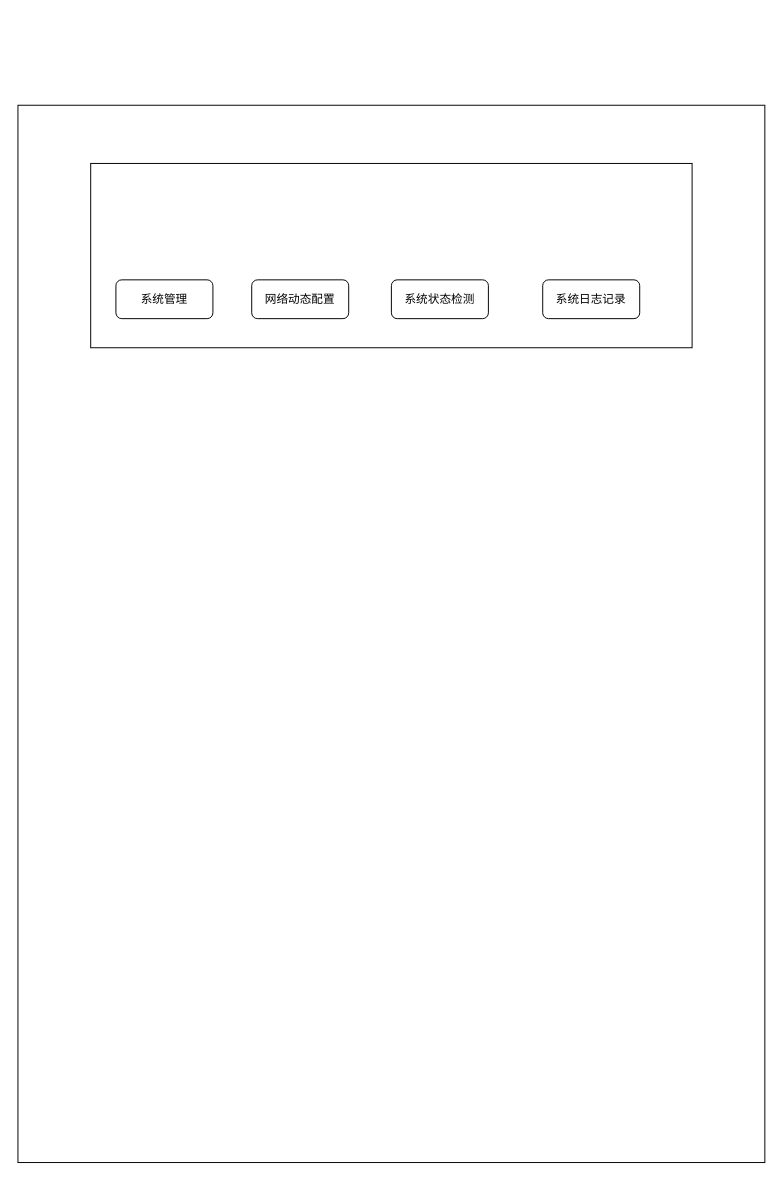
Before: 未命名绘图.drawio in qiuqiu1234/my-test-pro, a draw.io diagram. Source tidied: cells renumbered, new cells numbered last; positions are measured from the earlier drawing's top-left corner, leaving out a move shared by most shapes. Both pictures are drawn from the tidied source at 97%, with x=0, y=0 at pixel (17, 105).
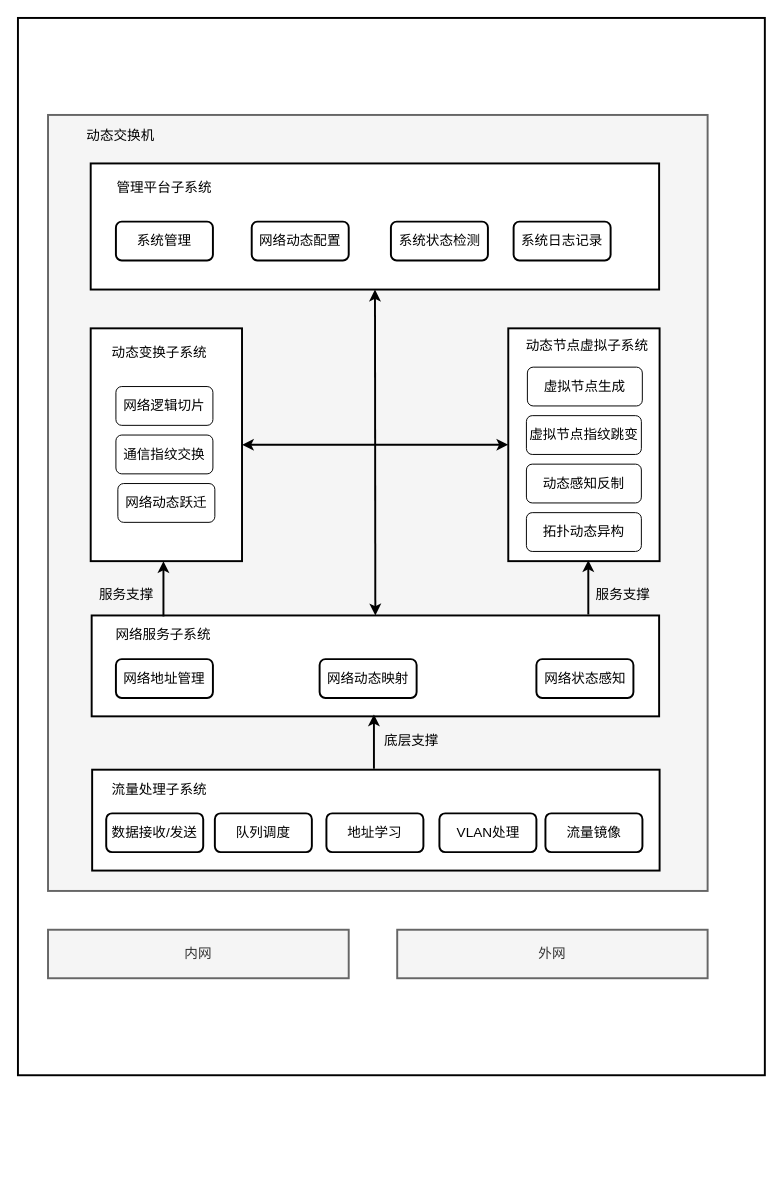
After the change.

Commit message (it also covers changes not shown here):
更新未命名绘图.drawio

Diff of the diagram source:
```diff
@@
-    <mxCell id="2" style="rounded=0;whiteSpace=wrap;html=1;" parent="1" vertex="1">
-      <mxGeometry width="770" height="1090" as="geometry" />
+    <mxCell id="2" style="rounded=0;whiteSpace=wrap;html=1;strokeWidth=2;" parent="1" vertex="1">
+      <mxGeometry y="-90" width="770" height="1090" as="geometry" />
     </mxCell>
+    <mxCell id="8" style="rounded=0;whiteSpace=wrap;html=1;strokeWidth=2;fontSize=12;fillColor=#f5f5f5;fontColor=#333333;strokeColor=#666666;" parent="1" vertex="1">
+      <mxGeometry x="31" y="10" width="680" height="800" as="geometry" />
+    </mxCell>
-    <mxCell id="3" style="rounded=0;whiteSpace=wrap;html=1;" parent="1" vertex="1">
-      <mxGeometry x="75" y="60" width="620" height="190" as="geometry" />
+    <mxCell id="3" style="rounded=0;whiteSpace=wrap;html=1;fontSize=12;strokeWidth=2;" parent="1" vertex="1">
+      <mxGeometry x="75" y="60" width="586" height="130" as="geometry" />
     </mxCell>
-    <mxCell id="4" value="系统管理" style="rounded=1;whiteSpace=wrap;html=1;" parent="1" vertex="1">
-      <mxGeometry x="101" y="180" width="100" height="40" as="geometry" />
+    <mxCell id="4" value="&lt;font style=&quot;font-size: 14px;&quot;&gt;系统管理&lt;/font&gt;" style="rounded=1;whiteSpace=wrap;html=1;strokeWidth=2;" parent="1" vertex="1">
+      <mxGeometry x="101" y="120" width="100" height="40" as="geometry" />
     </mxCell>
-    <mxCell id="5" value="网络动态配置" style="rounded=1;whiteSpace=wrap;html=1;" parent="1" vertex="1">
-      <mxGeometry x="241" y="180" width="100" height="40" as="geometry" />
+    <mxCell id="5" value="&lt;font style=&quot;font-size: 14px;&quot;&gt;网络动态配置&lt;/font&gt;" style="rounded=1;whiteSpace=wrap;html=1;strokeWidth=2;" parent="1" vertex="1">
+      <mxGeometry x="241" y="120" width="100" height="40" as="geometry" />
     </mxCell>
-    <mxCell id="6" value="系统状态检测" style="rounded=1;whiteSpace=wrap;html=1;" parent="1" vertex="1">
-      <mxGeometry x="385" y="180" width="100" height="40" as="geometry" />
+    <mxCell id="6" value="&lt;font style=&quot;font-size: 14px;&quot;&gt;系统状态检测&lt;/font&gt;" style="rounded=1;whiteSpace=wrap;html=1;strokeWidth=2;" parent="1" vertex="1">
+      <mxGeometry x="384.5" y="120" width="100" height="40" as="geometry" />
     </mxCell>
-    <mxCell id="7" value="系统日志记录" style="rounded=1;whiteSpace=wrap;html=1;" parent="1" vertex="1">
-      <mxGeometry x="541" y="180" width="100" height="40" as="geometry" />
+    <mxCell id="7" value="&lt;font style=&quot;font-size: 14px;&quot;&gt;系统日志记录&lt;/font&gt;" style="rounded=1;whiteSpace=wrap;html=1;strokeWidth=2;" parent="1" vertex="1">
+      <mxGeometry x="511" y="120" width="100" height="40" as="geometry" />
     </mxCell>
+    <mxCell id="9" value="管理平台子系统" style="text;html=1;strokeColor=none;fillColor=none;align=center;verticalAlign=middle;whiteSpace=wrap;rounded=0;fontSize=14;" parent="1" vertex="1">
+      <mxGeometry x="76" y="70" width="150" height="30" as="geometry" />
+    </mxCell>
+    <mxCell id="10" style="rounded=0;whiteSpace=wrap;html=1;fontSize=14;strokeWidth=2;" parent="1" vertex="1">
+      <mxGeometry x="75" y="230" width="156" height="240" as="geometry" />
+    </mxCell>
+    <mxCell id="11" value="动态变换子系统" style="text;html=1;strokeColor=none;fillColor=none;align=center;verticalAlign=middle;whiteSpace=wrap;rounded=0;fontSize=14;" parent="1" vertex="1">
+      <mxGeometry x="71" y="240" width="150" height="30" as="geometry" />
+    </mxCell>
+    <mxCell id="12" value="&lt;font style=&quot;font-size: 14px;&quot;&gt;网络逻辑切片&lt;/font&gt;" style="rounded=1;whiteSpace=wrap;html=1;" parent="1" vertex="1">
+      <mxGeometry x="101" y="290" width="100" height="40" as="geometry" />
+    </mxCell>
+    <mxCell id="13" value="&lt;font style=&quot;font-size: 14px;&quot;&gt;通信指纹交换&lt;/font&gt;" style="rounded=1;whiteSpace=wrap;html=1;" parent="1" vertex="1">
+      <mxGeometry x="101" y="340" width="100" height="40" as="geometry" />
+    </mxCell>
+    <mxCell id="14" value="&lt;font style=&quot;font-size: 14px;&quot;&gt;网络动态跃迁&lt;/font&gt;" style="rounded=1;whiteSpace=wrap;html=1;" parent="1" vertex="1">
+      <mxGeometry x="103" y="390" width="100" height="40" as="geometry" />
+    </mxCell>
+    <mxCell id="15" style="rounded=0;whiteSpace=wrap;html=1;fontSize=14;strokeWidth=2;" parent="1" vertex="1">
+      <mxGeometry x="505.5" y="230" width="156" height="240" as="geometry" />
+    </mxCell>
+    <mxCell id="16" value="&lt;font style=&quot;font-size: 14px;&quot;&gt;拓扑动态异构&lt;/font&gt;" style="rounded=1;whiteSpace=wrap;html=1;" parent="1" vertex="1">
+      <mxGeometry x="524.2" y="420" width="118.5" height="40" as="geometry" />
+    </mxCell>
+    <mxCell id="17" value="&lt;font style=&quot;font-size: 14px;&quot;&gt;动态感知反制&lt;/font&gt;" style="rounded=1;whiteSpace=wrap;html=1;" parent="1" vertex="1">
+      <mxGeometry x="524.2" y="370" width="118.5" height="40" as="geometry" />
+    </mxCell>
+    <mxCell id="18" value="&lt;font style=&quot;font-size: 14px;&quot;&gt;虚拟节点指纹跳变&lt;/font&gt;" style="rounded=1;whiteSpace=wrap;html=1;" parent="1" vertex="1">
+      <mxGeometry x="524.2" y="320" width="118.5" height="40" as="geometry" />
+    </mxCell>
+    <mxCell id="19" value="动态节点虚拟子系统" style="text;html=1;strokeColor=none;fillColor=none;align=center;verticalAlign=middle;whiteSpace=wrap;rounded=0;fontSize=14;" parent="1" vertex="1">
+      <mxGeometry x="511.5" y="233" width="150" height="30" as="geometry" />
+    </mxCell>
+    <mxCell id="20" value="&lt;font style=&quot;font-size: 14px;&quot;&gt;虚拟节点生成&lt;/font&gt;" style="rounded=1;whiteSpace=wrap;html=1;" parent="1" vertex="1">
+      <mxGeometry x="525.2" y="270" width="118.5" height="40" as="geometry" />
+    </mxCell>
+    <mxCell id="21" style="endArrow=classic;startArrow=classic;html=1;rounded=0;fontSize=14;strokeWidth=2;" parent="1" edge="1" source="22" target="3">
+      <mxGeometry relative="1" as="geometry" />
+    </mxCell>
+    <mxCell id="22" style="rounded=0;whiteSpace=wrap;html=1;fontSize=12;strokeWidth=2;" parent="1" vertex="1">
+      <mxGeometry x="76" y="526" width="585" height="104" as="geometry" />
+    </mxCell>
+    <mxCell id="23" value="&lt;font style=&quot;font-size: 14px;&quot;&gt;网络地址管理&lt;/font&gt;" style="rounded=1;whiteSpace=wrap;html=1;strokeWidth=2;" parent="1" vertex="1">
+      <mxGeometry x="101" y="571" width="100" height="40" as="geometry" />
+    </mxCell>
+    <mxCell id="24" value="&lt;font style=&quot;font-size: 14px;&quot;&gt;网络动态映射&lt;/font&gt;" style="rounded=1;whiteSpace=wrap;html=1;strokeWidth=2;" parent="1" vertex="1">
+      <mxGeometry x="311" y="571" width="100" height="40" as="geometry" />
+    </mxCell>
+    <mxCell id="25" value="&lt;span style=&quot;font-size: 14px;&quot;&gt;网络状态感知&lt;/span&gt;" style="rounded=1;whiteSpace=wrap;html=1;strokeWidth=2;" parent="1" vertex="1">
+      <mxGeometry x="534.5" y="571" width="100" height="40" as="geometry" />
+    </mxCell>
+    <mxCell id="26" style="edgeStyle=orthogonalEdgeStyle;rounded=0;jettySize=auto;html=1;fontSize=12;strokeWidth=2;" parent="1" edge="1" source="27">
+      <mxGeometry relative="1" as="geometry">
+        <mxPoint x="150" y="470" as="targetPoint" />
+      </mxGeometry>
+    </mxCell>
+    <mxCell id="27" value="网络服务子系统" style="text;html=1;strokeColor=none;fillColor=none;align=center;verticalAlign=middle;whiteSpace=wrap;rounded=0;fontSize=14;" parent="1" vertex="1">
+      <mxGeometry x="75" y="527" width="150" height="38" as="geometry" />
+    </mxCell>
+    <mxCell id="28" style="edgeStyle=orthogonalEdgeStyle;rounded=0;orthogonalLoop=1;jettySize=auto;html=1;fontSize=12;strokeWidth=2;" parent="1" edge="1">
+      <mxGeometry relative="1" as="geometry">
+        <mxPoint x="588" y="525" as="sourcePoint" />
+        <mxPoint x="588" y="469" as="targetPoint" />
+        <Array as="points">
+          <mxPoint x="588" y="499" />
+          <mxPoint x="588" y="499" />
+        </Array>
+      </mxGeometry>
+    </mxCell>
+    <mxCell id="29" value="服务支撑" style="text;html=1;strokeColor=none;fillColor=none;align=center;verticalAlign=middle;whiteSpace=wrap;rounded=0;fontSize=14;" parent="1" vertex="1">
+      <mxGeometry x="67" y="490" width="90" height="30" as="geometry" />
+    </mxCell>
+    <mxCell id="30" value="服务支撑" style="text;html=1;strokeColor=none;fillColor=none;align=center;verticalAlign=middle;whiteSpace=wrap;rounded=0;fontSize=14;" parent="1" vertex="1">
+      <mxGeometry x="579" y="490" width="90" height="30" as="geometry" />
+    </mxCell>
+    <mxCell id="31" style="rounded=0;whiteSpace=wrap;html=1;fontSize=12;strokeWidth=2;" parent="1" vertex="1">
+      <mxGeometry x="76.5" y="685" width="585" height="104" as="geometry" />
+    </mxCell>
+    <mxCell id="32" style="edgeStyle=orthogonalEdgeStyle;rounded=0;orthogonalLoop=1;jettySize=auto;html=1;fontSize=12;strokeWidth=2;" parent="1" edge="1">
+      <mxGeometry relative="1" as="geometry">
+        <mxPoint x="367" y="684" as="sourcePoint" />
+        <mxPoint x="367" y="628" as="targetPoint" />
+        <Array as="points">
+          <mxPoint x="367" y="658" />
+          <mxPoint x="367" y="658" />
+        </Array>
+      </mxGeometry>
+    </mxCell>
+    <mxCell id="33" value="底层支撑" style="text;html=1;strokeColor=none;fillColor=none;align=center;verticalAlign=middle;whiteSpace=wrap;rounded=0;fontSize=14;" parent="1" vertex="1">
+      <mxGeometry x="361" y="640" width="90" height="30" as="geometry" />
+    </mxCell>
+    <mxCell id="34" value="流量处理子系统" style="text;html=1;strokeColor=none;fillColor=none;align=center;verticalAlign=middle;whiteSpace=wrap;rounded=0;fontSize=14;" parent="1" vertex="1">
+      <mxGeometry x="71" y="687" width="150" height="38" as="geometry" />
+    </mxCell>
+    <mxCell id="35" value="&lt;font style=&quot;font-size: 14px;&quot;&gt;数据接收/发送&lt;/font&gt;" style="rounded=1;whiteSpace=wrap;html=1;strokeWidth=2;" parent="1" vertex="1">
+      <mxGeometry x="91" y="730" width="100" height="40" as="geometry" />
+    </mxCell>
+    <mxCell id="36" value="&lt;font style=&quot;font-size: 14px;&quot;&gt;队列调度&lt;/font&gt;" style="rounded=1;whiteSpace=wrap;html=1;strokeWidth=2;" parent="1" vertex="1">
+      <mxGeometry x="203" y="730" width="100" height="40" as="geometry" />
+    </mxCell>
+    <mxCell id="37" value="&lt;font style=&quot;font-size: 14px;&quot;&gt;地址学习&lt;/font&gt;" style="rounded=1;whiteSpace=wrap;html=1;strokeWidth=2;" parent="1" vertex="1">
+      <mxGeometry x="318" y="730" width="100" height="40" as="geometry" />
+    </mxCell>
+    <mxCell id="38" value="&lt;font style=&quot;font-size: 14px;&quot;&gt;VLAN处理&lt;/font&gt;" style="rounded=1;whiteSpace=wrap;html=1;strokeWidth=2;" parent="1" vertex="1">
+      <mxGeometry x="434.5" y="730" width="100" height="40" as="geometry" />
+    </mxCell>
+    <mxCell id="39" value="&lt;font style=&quot;font-size: 14px;&quot;&gt;流量镜像&lt;/font&gt;" style="rounded=1;whiteSpace=wrap;html=1;strokeWidth=2;" parent="1" vertex="1">
+      <mxGeometry x="543.8" y="730" width="100" height="40" as="geometry" />
+    </mxCell>
+    <mxCell id="40" value="动态交换机" style="text;html=1;strokeColor=none;fillColor=none;align=center;verticalAlign=middle;whiteSpace=wrap;rounded=0;fontSize=14;" parent="1" vertex="1">
+      <mxGeometry x="31" y="16" width="150" height="30" as="geometry" />
+    </mxCell>
+    <mxCell id="41" style="endArrow=classic;startArrow=classic;html=1;rounded=0;strokeWidth=2;fontSize=12;entryX=1;entryY=0.5;entryDx=0;entryDy=0;exitX=0;exitY=0.5;exitDx=0;exitDy=0;" parent="1" edge="1" source="15" target="10">
+      <mxGeometry relative="1" as="geometry" />
+    </mxCell>
+    <mxCell id="42" value="&lt;font style=&quot;font-size: 14px;&quot;&gt;内网&lt;/font&gt;" style="rounded=0;whiteSpace=wrap;html=1;strokeWidth=2;fontSize=12;fillColor=#f5f5f5;fontColor=#333333;strokeColor=#666666;" parent="1" vertex="1">
+      <mxGeometry x="31" y="850" width="310" height="50" as="geometry" />
+    </mxCell>
+    <mxCell id="43" value="&lt;font style=&quot;font-size: 14px;&quot;&gt;外网&lt;/font&gt;" style="rounded=0;whiteSpace=wrap;html=1;strokeWidth=2;fontSize=12;fillColor=#f5f5f5;fontColor=#333333;strokeColor=#666666;" parent="1" vertex="1">
+      <mxGeometry x="391" y="850" width="320" height="50" as="geometry" />
+    </mxCell>
```
